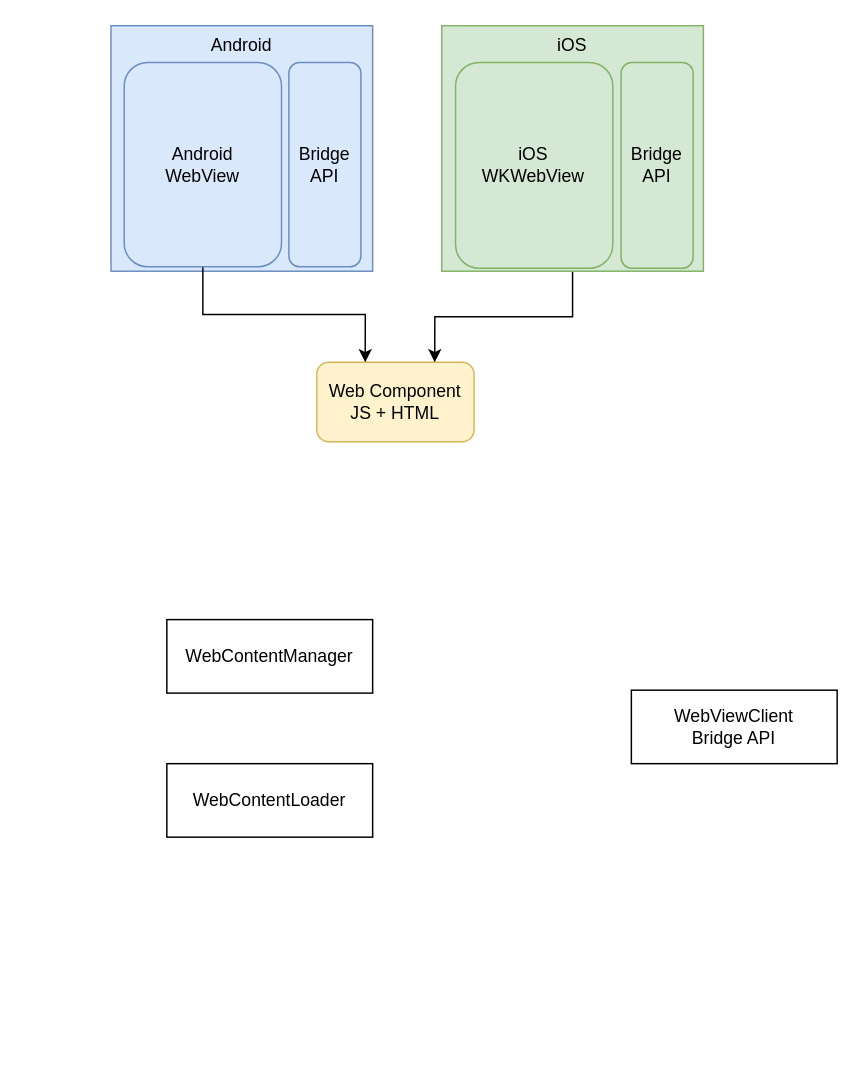
Before: PaymentSDK.drawio in lancelodliu/draw.io, a draw.io diagram. Source tidied: cells renumbered, new cells numbered last; positions are measured from the earlier drawing's top-left corner, leaving out a move shared by most shapes. Both pictures are drawn from the tidied source at 147%, with x=0, y=0 at pixel (110, 25).
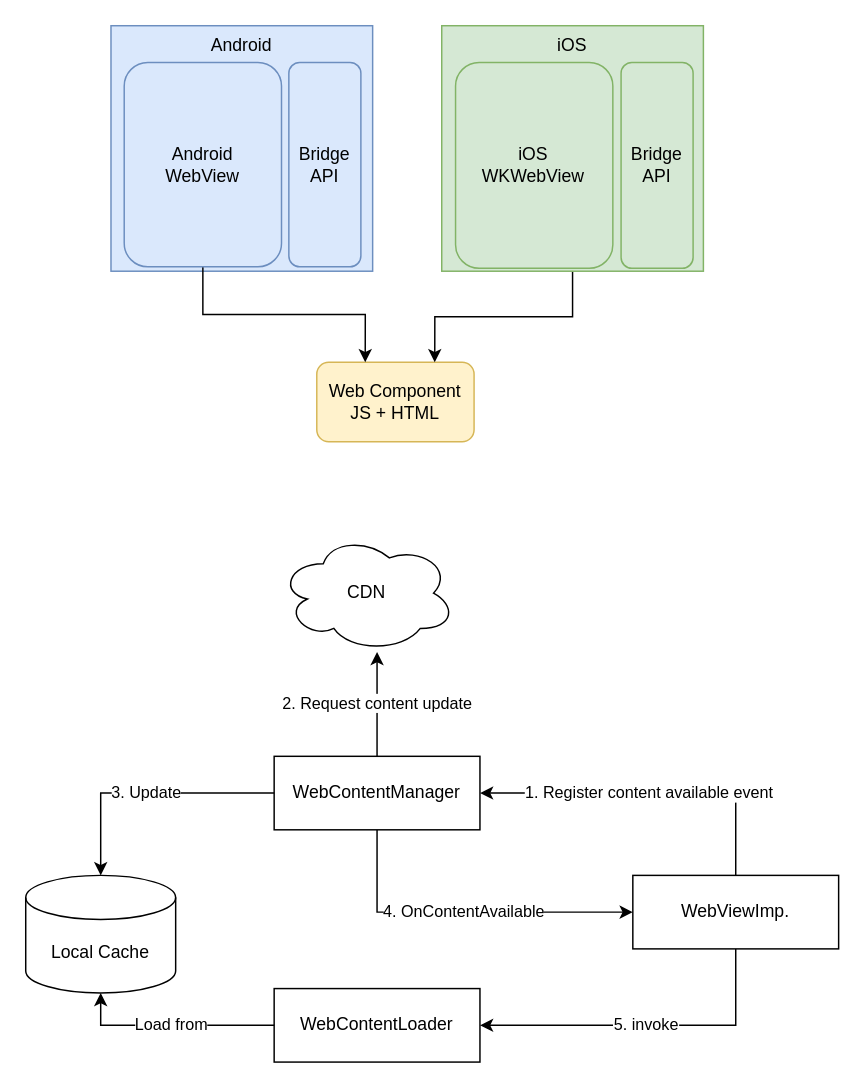
Above is the later version.

Diff of the diagram source:
```diff
@@
+    <mxCell id="14" value="4. OnContentAvailable" style="edgeStyle=orthogonalEdgeStyle;rounded=0;jettySize=auto;html=1;exitX=0.5;exitY=1;exitDx=0;exitDy=0;entryX=0;entryY=0.5;entryDx=0;entryDy=0;" parent="1" edge="1" source="11" target="13">
+      <mxGeometry relative="1" as="geometry" />
+    </mxCell>
     <mxCell id="11" value="WebContentManager" style="html=1;whiteSpace=wrap;" parent="1" vertex="1">
-      <mxGeometry x="38" y="404" width="140" height="50" as="geometry" />
+      <mxGeometry x="111" y="497" width="140" height="50" as="geometry" />
     </mxCell>
     <mxCell id="12" value="WebContentLoader" style="html=1;whiteSpace=wrap;" parent="1" vertex="1">
-      <mxGeometry x="38" y="502" width="140" height="50" as="geometry" />
+      <mxGeometry x="111" y="655" width="140" height="50" as="geometry" />
     </mxCell>
+    <mxCell id="15" value="1. Register content available event" style="edgeStyle=orthogonalEdgeStyle;rounded=0;jettySize=auto;html=1;exitX=0.5;exitY=0;exitDx=0;exitDy=0;entryX=1;entryY=0.5;entryDx=0;entryDy=0;" parent="1" edge="1" source="13" target="11">
+      <mxGeometry relative="1" as="geometry" />
+    </mxCell>
+    <mxCell id="16" value="5. invoke" style="edgeStyle=orthogonalEdgeStyle;rounded=0;jettySize=auto;html=1;exitX=0.5;exitY=1;exitDx=0;exitDy=0;entryX=1;entryY=0.5;entryDx=0;entryDy=0;" parent="1" edge="1" source="13" target="12">
+      <mxGeometry relative="1" as="geometry" />
+    </mxCell>
-    <mxCell id="13" value="WebViewClient&lt;div&gt;Bridge API&lt;/div&gt;" style="html=1;whiteSpace=wrap;" parent="1" vertex="1">
-      <mxGeometry x="354" y="452" width="140" height="50" as="geometry" />
+    <mxCell id="13" value="WebViewImp." style="html=1;whiteSpace=wrap;" parent="1" vertex="1">
+      <mxGeometry x="355" y="578" width="140" height="50" as="geometry" />
     </mxCell>
+    <mxCell id="17" value="Local Cache" style="shape=cylinder3;whiteSpace=wrap;html=1;boundedLbl=1;backgroundOutline=1;size=15;" parent="1" vertex="1">
+      <mxGeometry x="-58" y="578" width="102" height="80" as="geometry" />
+    </mxCell>
+    <mxCell id="18" value="CDN" style="ellipse;shape=cloud;whiteSpace=wrap;html=1;" parent="1" vertex="1">
+      <mxGeometry x="114.4" y="346" width="120" height="80" as="geometry" />
+    </mxCell>
+    <mxCell id="19" value="2. Request content update" style="edgeStyle=orthogonalEdgeStyle;rounded=0;jettySize=auto;html=1;entryX=0.555;entryY=1;entryDx=0;entryDy=0;entryPerimeter=0;exitX=0.5;exitY=0;exitDx=0;exitDy=0;" parent="1" edge="1" source="11" target="18">
+      <mxGeometry relative="1" as="geometry" />
+    </mxCell>
+    <mxCell id="20" value="3. Update" style="edgeStyle=orthogonalEdgeStyle;rounded=0;jettySize=auto;html=1;exitX=0;exitY=0.5;exitDx=0;exitDy=0;entryX=0.5;entryY=0;entryDx=0;entryDy=0;entryPerimeter=0;" parent="1" edge="1" source="11" target="17">
+      <mxGeometry relative="1" as="geometry" />
+    </mxCell>
+    <mxCell id="21" value="Load from" style="edgeStyle=orthogonalEdgeStyle;rounded=0;jettySize=auto;html=1;exitX=0;exitY=0.5;exitDx=0;exitDy=0;entryX=0.5;entryY=1;entryDx=0;entryDy=0;entryPerimeter=0;" parent="1" edge="1" source="12" target="17">
+      <mxGeometry relative="1" as="geometry" />
+    </mxCell>
```
